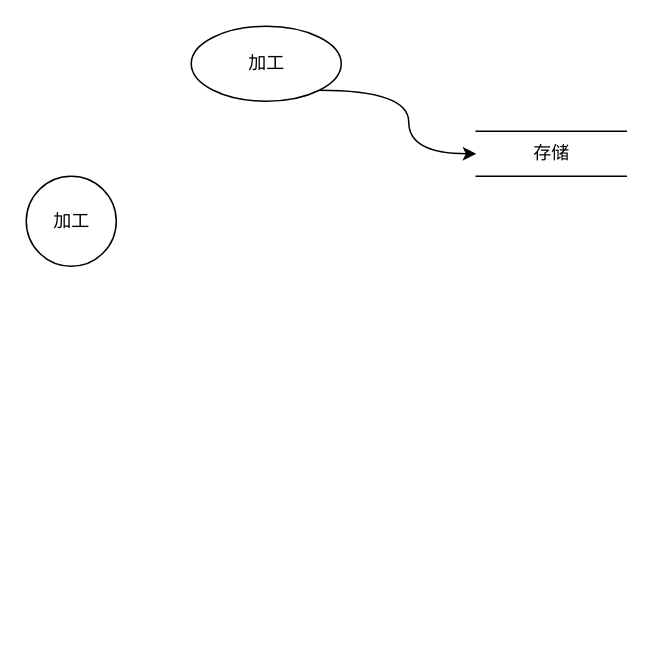
Earlier version of the draw.io diagram drawio/未命名绘图.drawio (weiguoneng/weiguoneng). Source tidied: cells renumbered, new cells numbered last; positions are measured from the earlier drawing's top-left corner, leaving out a move shared by most shapes. Both pictures are drawn from the tidied source at 150%, with x=0, y=0 at pixel (26, 26).
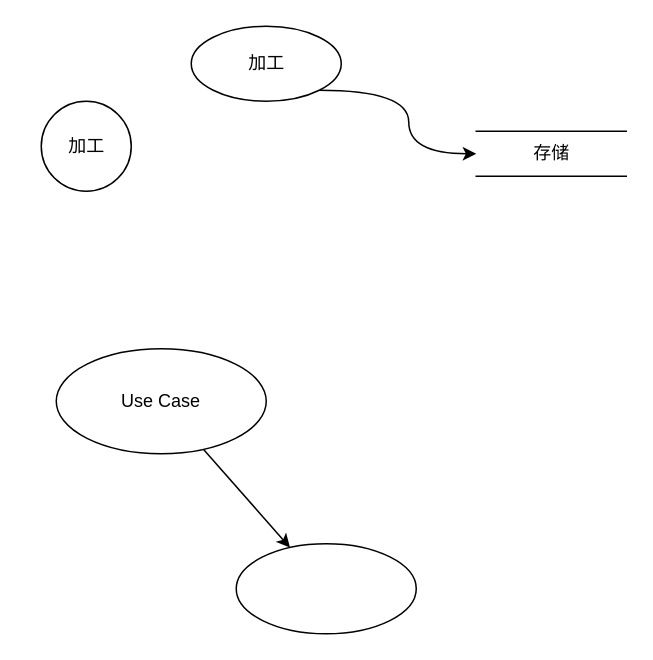
The same page after the edit.

Commit message:
更新未命名绘图.drawio

What changed in the source:
```diff
@@
 <mxGraphModel>
   <root>
     <mxCell id="0" />
     <mxCell id="1" parent="0" />
     <mxCell id="2" style="edgeStyle=orthogonalEdgeStyle;rounded=0;jettySize=auto;html=1;exitX=1;exitY=1;exitDx=0;exitDy=0;entryX=0;entryY=0.5;entryDx=0;entryDy=0;curved=1;" parent="1" edge="1" source="3" target="4">
       <mxGeometry relative="1" as="geometry" />
     </mxCell>
     <mxCell id="3" value="加工" style="shape=ellipse;html=1;dashed=0;whitespace=wrap;perimeter=ellipsePerimeter;" parent="1" vertex="1">
       <mxGeometry x="110" width="100" height="50" as="geometry" />
     </mxCell>
     <mxCell id="4" value="存储" style="html=1;dashed=0;whitespace=wrap;shape=partialRectangle;right=0;left=0;" parent="1" vertex="1">
       <mxGeometry x="300" y="70" width="100" height="30" as="geometry" />
     </mxCell>
     <mxCell id="5" value="加工" style="shape=ellipse;html=1;dashed=0;whitespace=wrap;perimeter=ellipsePerimeter;" parent="1" vertex="1">
-      <mxGeometry y="100" width="60" height="60" as="geometry" />
+      <mxGeometry x="10" y="50" width="60" height="60" as="geometry" />
     </mxCell>
+    <mxCell id="6" style="rounded=0;jettySize=auto;html=1;" parent="1" edge="1" source="7" target="8">
+      <mxGeometry relative="1" as="geometry" />
+    </mxCell>
+    <mxCell id="7" value="Use Case" style="ellipse;whiteSpace=wrap;html=1;" parent="1" vertex="1">
+      <mxGeometry x="20" y="215" width="140" height="70" as="geometry" />
+    </mxCell>
+    <mxCell id="8" style="ellipse;whiteSpace=wrap;html=1;" parent="1" vertex="1">
+      <mxGeometry x="140" y="345" width="120" height="60" as="geometry" />
+    </mxCell>
   </root>
 </mxGraphModel>
```
